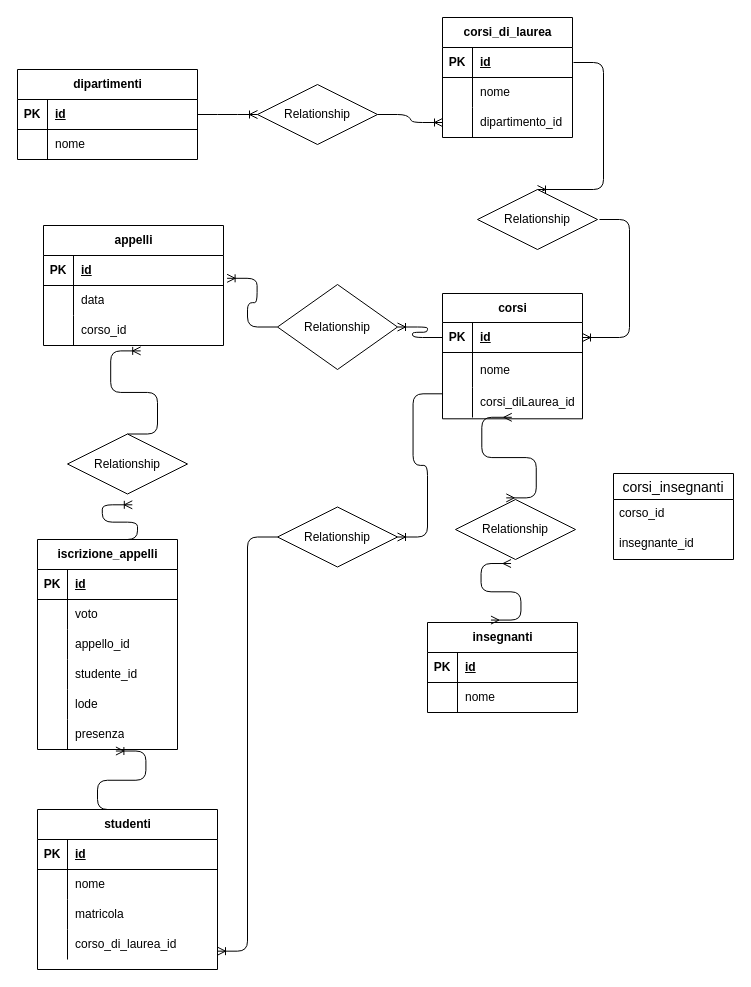
Above: schema.drawio in stefanobellomo/db-univerity (draw.io), before the change. Source tidied: cells renumbered, new cells numbered last; positions are measured from the earlier drawing's top-left corner, leaving out a move shared by most shapes. Both pictures are drawn from the tidied source at 100%, with x=0, y=0 at pixel (17, 17).
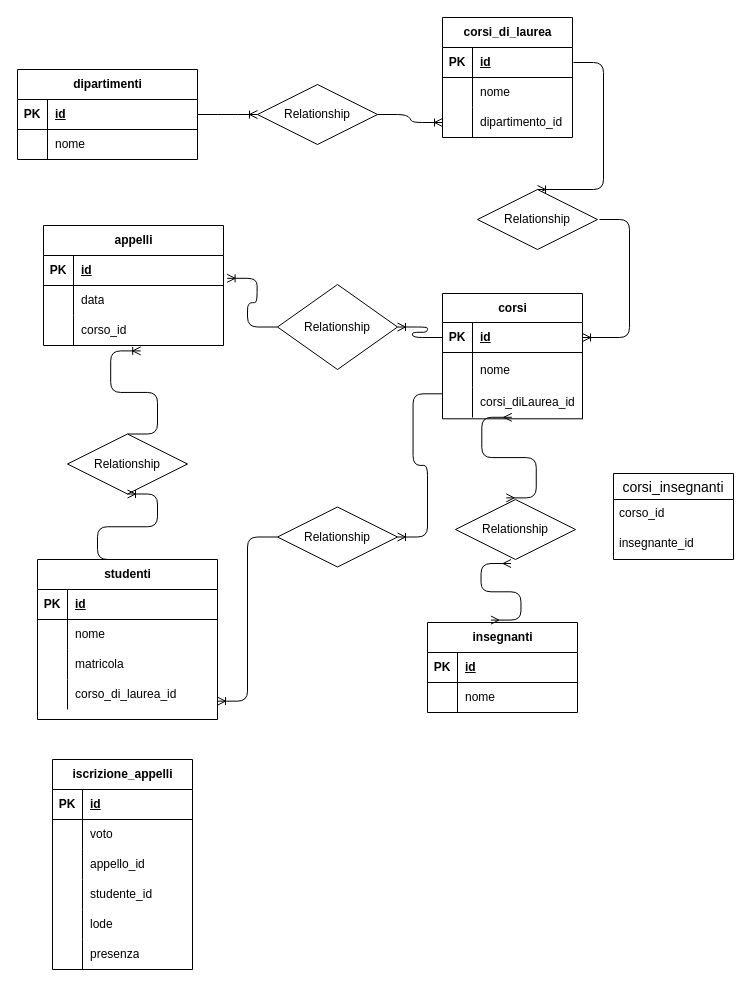
The same diagram, later.

The change refers to these unchanged cells:
```xml
<mxCell id="77" value="Relationship" style="shape=rhombus;perimeter=rhombusPerimeter;whiteSpace=wrap;html=1;align=center;" parent="1" vertex="1">
  <mxGeometry x="50" y="416.5" width="120" height="60" as="geometry" />
</mxCell>
<mxCell id="95" style="shape=tableRow;horizontal=0;startSize=0;swimlaneHead=0;swimlaneBody=0;fillColor=none;points=[[0,0.5],[1,0.5]];portConstraint=eastwest;top=0;left=0;right=0;bottom=0;" parent="79" vertex="1">
  <mxGeometry y="180" width="140" height="30" as="geometry" />
</mxCell>
```

Diff of the diagram source:
```diff
@@
     <mxCell id="42" value="studenti" style="shape=table;startSize=30;childLayout=tableLayout;rowLines=0;fontStyle=1;align=center;html=1;" parent="1" vertex="1">
-      <mxGeometry x="20" y="792" width="180" height="160" as="geometry" />
+      <mxGeometry x="20" y="542" width="180" height="160" as="geometry" />
     </mxCell>
@@
-    <mxCell id="76" style="edgeStyle=entityRelationEdgeStyle;fontSize=12;html=1;endArrow=ERoneToMany;exitX=0.5;exitY=0;exitDx=0;exitDy=0;entryX=0.54;entryY=1.18;entryDx=0;entryDy=0;entryPerimeter=0;" parent="1" edge="1" source="79" target="77">
-      <mxGeometry relative="1" as="geometry" />
-    </mxCell>
@@
-    <mxCell id="78" style="edgeStyle=entityRelationEdgeStyle;fontSize=12;html=1;endArrow=ERoneToMany;exitX=0.5;exitY=0;exitDx=0;exitDy=0;entryX=0.56;entryY=1.051;entryDx=0;entryDy=0;entryPerimeter=0;" parent="1" edge="1" source="42" target="95">
-      <mxGeometry relative="1" as="geometry" />
-    </mxCell>
     <mxCell id="79" value="iscrizione_appelli" style="shape=table;startSize=30;childLayout=tableLayout;rowLines=0;fontStyle=1;align=center;html=1;" parent="1" vertex="1">
-      <mxGeometry x="20" y="522" width="140" height="210" as="geometry" />
+      <mxGeometry x="35" y="742" width="140" height="210" as="geometry" />
     </mxCell>
@@
+    <mxCell id="101" style="edgeStyle=entityRelationEdgeStyle;fontSize=12;html=1;endArrow=ERoneToMany;exitX=0.5;exitY=0;exitDx=0;exitDy=0;entryX=0.5;entryY=1;entryDx=0;entryDy=0;" parent="1" edge="1" source="42" target="77">
+      <mxGeometry relative="1" as="geometry" />
+    </mxCell>
```
